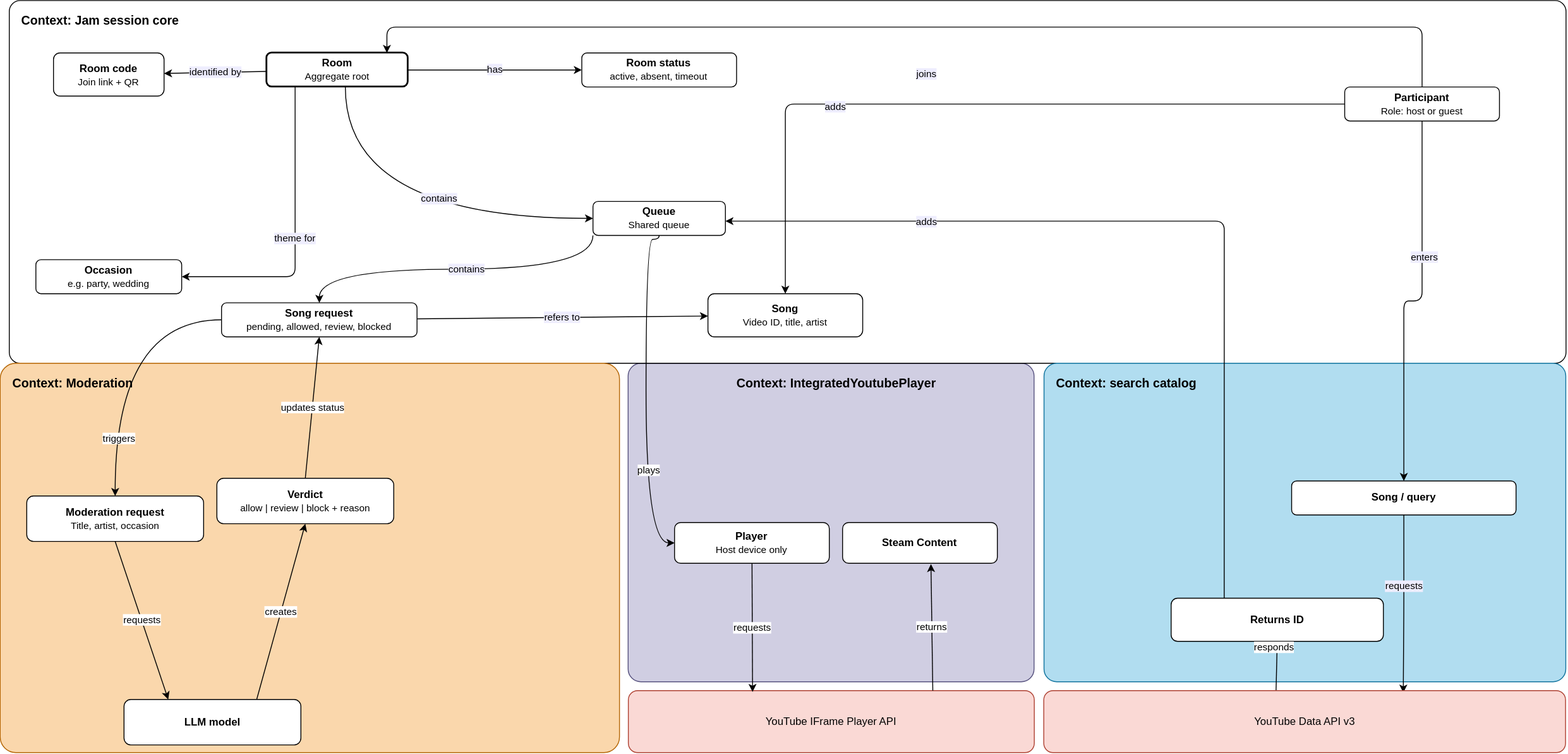
Earlier version of the draw.io export checkpoint2/musicjam-bounded-contexts.drawio.svg (fwierer/musicjam). Source tidied: cells renumbered, new cells last; positions are measured from the earlier drawing's top-left corner, leaving out a move shared by most shapes.
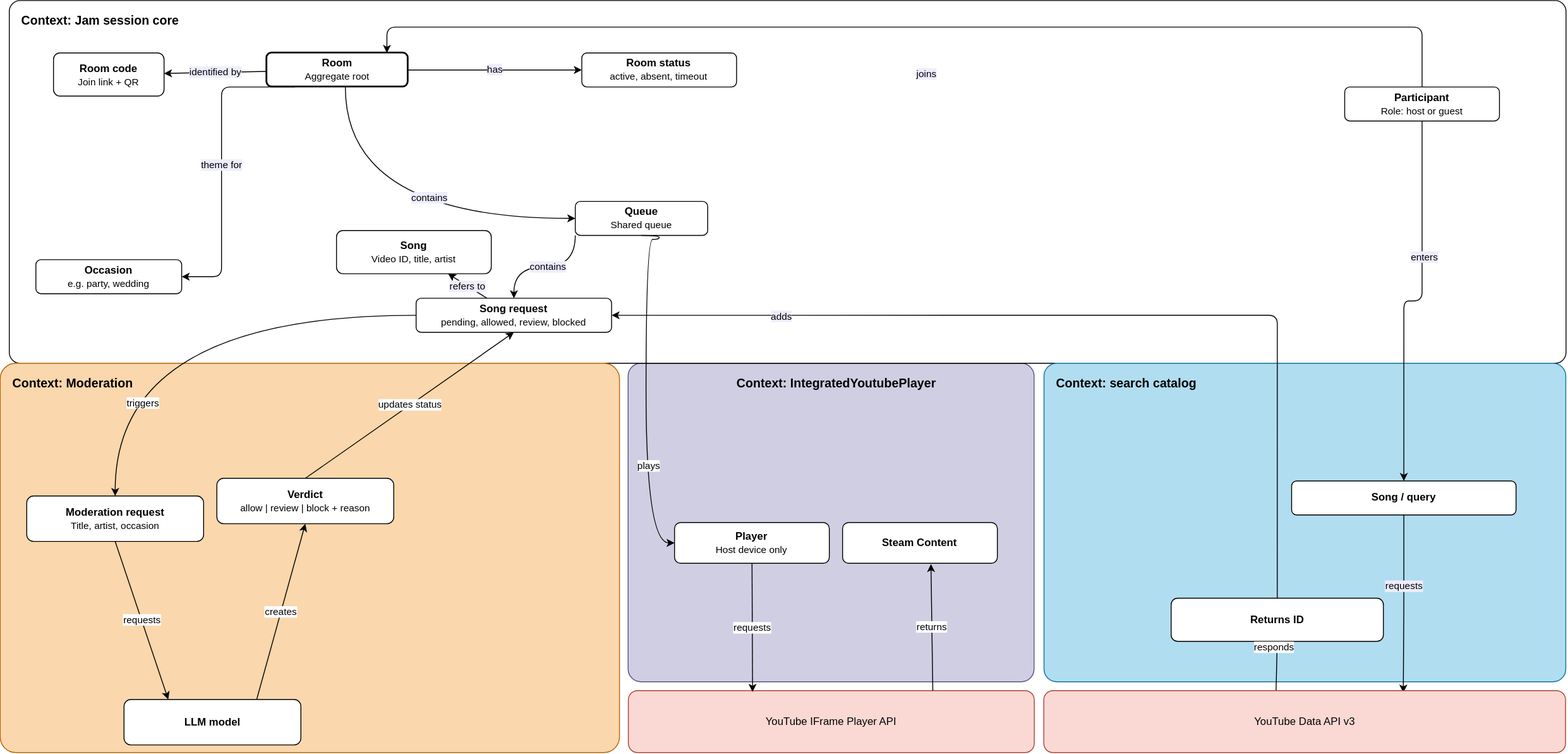
Later version of the same file.

The edit, as a diff of the source:
```diff
@@ -24,10 +24,10 @@
       <mxGeometry x="30.1" y="292.9" width="164.9" height="38.5" as="geometry" />
     </mxCell>
     <mxCell id="9" value="&lt;b&gt;Queue&lt;/b&gt;&lt;br&gt;&lt;font style=&quot;font-size:11px&quot;&gt;Shared queue&lt;/font&gt;" style="rounded=1;whiteSpace=wrap;html=1;" parent="5" vertex="1">
-      <mxGeometry x="660" y="227" width="149.7" height="38.5" as="geometry" />
+      <mxGeometry x="640" y="227" width="149.7" height="38.5" as="geometry" />
     </mxCell>
     <mxCell id="10" value="&lt;b&gt;Song request&lt;/b&gt;&lt;br&gt;&lt;font style=&quot;font-size:11px&quot;&gt;pending, allowed, review, blocked&lt;/font&gt;" style="rounded=1;whiteSpace=wrap;html=1;" parent="5" vertex="1">
-      <mxGeometry x="240" y="341.7" width="221.1" height="38.5" as="geometry" />
+      <mxGeometry x="460" y="336.5" width="221.1" height="38.5" as="geometry" />
     </mxCell>
     <mxCell id="11" value="&lt;b&gt;Room code&lt;/b&gt;&lt;br&gt;&lt;font style=&quot;font-size:11px&quot;&gt;Join link + QR&lt;/font&gt;" style="rounded=1;whiteSpace=wrap;html=1;" parent="5" vertex="1">
       <mxGeometry x="50" y="59.3" width="125" height="48.8" as="geometry" />
@@ -38,13 +38,8 @@
     <mxCell id="13" value="&lt;b&gt;Participant&lt;/b&gt;&lt;br&gt;&lt;font style=&quot;font-size:11px&quot;&gt;Role: host or guest&lt;/font&gt;" style="rounded=1;whiteSpace=wrap;html=1;" parent="5" vertex="1">
       <mxGeometry x="1510" y="97.7" width="175" height="38.5" as="geometry" />
     </mxCell>
-    <mxCell id="14" value="adds" style="edgeStyle=orthogonalEdgeStyle;endArrow=classic;html=1;fontSize=11;labelBackgroundColor=#EEEDFE;" parent="5" edge="1" source="13" target="15">
-      <mxGeometry x="0.36" y="3" relative="1" as="geometry">
-        <mxPoint x="-1" as="offset" />
-      </mxGeometry>
-    </mxCell>
     <mxCell id="15" value="&lt;b&gt;Song&lt;/b&gt;&lt;br&gt;&lt;font style=&quot;font-size:11px&quot;&gt;Video ID, title, artist&lt;/font&gt;" style="rounded=1;whiteSpace=wrap;html=1;" parent="5" vertex="1">
-      <mxGeometry x="790" y="331.4" width="175" height="48.8" as="geometry" />
+      <mxGeometry x="370" y="260" width="175" height="48.8" as="geometry" />
     </mxCell>
     <mxCell id="16" value="contains" style="endArrow=classic;html=1;fontSize=11;labelBackgroundColor=#EEEDFE;entryX=0;entryY=0.5;entryDx=0;entryDy=0;edgeStyle=orthogonalEdgeStyle;curved=1;curveGeometry=1;" parent="5" edge="1" source="6" target="9">
       <mxGeometry relative="1" as="geometry">
@@ -74,7 +69,12 @@
       <mxGeometry relative="1" as="geometry" />
     </mxCell>
     <mxCell id="20" value="theme for" style="edgeStyle=orthogonalEdgeStyle;endArrow=classic;html=1;fontSize=11;labelBackgroundColor=#EEEDFE;exitX=0.2;exitY=1;entryX=1;entryY=0.5;entryDx=0;entryDy=0;" parent="1" edge="1" source="6" target="8">
-      <mxGeometry relative="1" as="geometry" />
+      <mxGeometry relative="1" as="geometry">
+        <Array as="points">
+          <mxPoint x="250" y="97.7" />
+          <mxPoint x="250" y="312.1" />
+        </Array>
+      </mxGeometry>
     </mxCell>
     <mxCell id="21" value="contains" style="endArrow=classic;html=1;fontSize=11;labelBackgroundColor=#EEEDFE;exitX=0;exitY=1;edgeStyle=orthogonalEdgeStyle;curved=1;curveGeometry=1;exitDx=0;exitDy=0;" parent="1" edge="1" source="9" target="10">
       <mxGeometry x="-0.07" relative="1" as="geometry" />
@@ -131,12 +131,8 @@
     <mxCell id="37" value="enters" style="edgeStyle=orthogonalEdgeStyle;endArrow=classic;html=1;fontSize=11;labelBackgroundColor=#EEEDFE;entryX=0.5;entryY=0;entryDx=0;entryDy=0;" parent="1" edge="1" source="13" target="31">
       <mxGeometry x="-0.28" y="2" relative="1" as="geometry" />
     </mxCell>
-    <mxCell id="38" value="adds" style="edgeStyle=orthogonalEdgeStyle;endArrow=classic;html=1;fontSize=11;labelBackgroundColor=#EEEDFE;exitX=0.25;exitY=0;exitDx=0;exitDy=0;" parent="1" edge="1" source="32" target="9">
-      <mxGeometry x="0.54" y="1" relative="1" as="geometry">
-        <Array as="points">
-          <mxPoint x="1383.8" y="249.3" />
-        </Array>
-      </mxGeometry>
+    <mxCell id="38" value="adds" style="edgeStyle=orthogonalEdgeStyle;endArrow=classic;html=1;fontSize=11;labelBackgroundColor=#EEEDFE;exitX=0.5;exitY=0;exitDx=0;exitDy=0;entryX=1;entryY=0.5;entryDx=0;entryDy=0;" parent="1" edge="1" source="32" target="10">
+      <mxGeometry x="0.64" y="1" relative="1" as="geometry" />
     </mxCell>
     <mxCell id="39" value="&lt;span style=&quot;font-weight: normal;&quot;&gt;requests&lt;/span&gt;" style="endArrow=classic;html=1;fontSize=11;fontStyle=1;strokeWidth=1;labelBackgroundColor=#FFFFFF;entryX=0.306;entryY=0.021;entryDx=0;entryDy=0;entryPerimeter=0;" parent="1" edge="1" source="3" target="35">
       <mxGeometry relative="1" as="geometry" />
```
